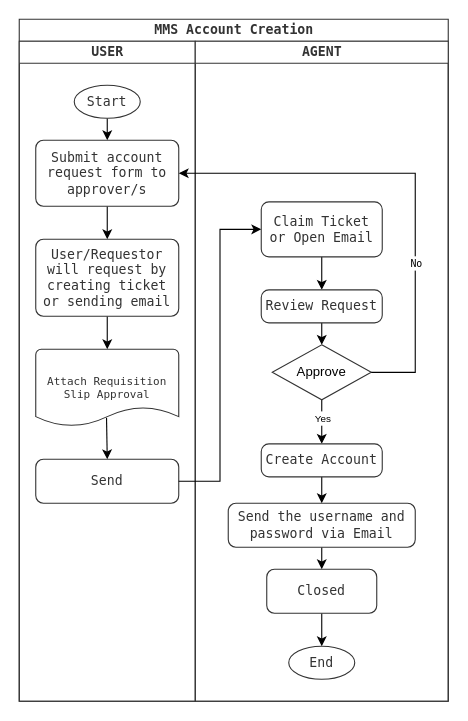
GmallSysdev/gmall.diagram keeps this draw.io diagram as page "MMS-account-creation" (1 of 3) of Untitled Diagram.drawio. Above is the earlier version. Source tidied: cells renumbered, new cells numbered last; positions are measured from the earlier drawing's top-left corner, leaving out a move shared by most shapes. Both pictures are drawn from the tidied source at 110%, with x=0, y=0 at pixel (19, 19).
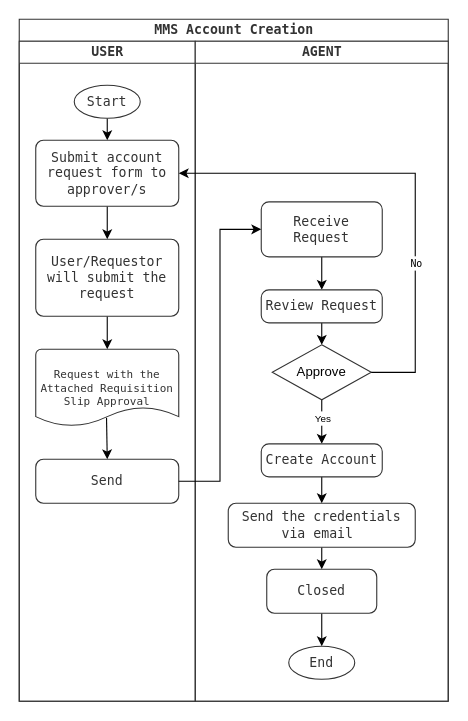
Above is the later version.

Commit message (it also covers changes not shown here):
MMS Account Requisition and Management Flowchart.drawio

Unchanged cells that the change refers to:
```xml
<mxCell id="3" value="USER" style="swimlane;startSize=20;html=1;strokeColor=#333333;fontColor=#333333;fontFamily=Lucida Console;" parent="2" vertex="1">
  <mxGeometry y="20" width="160" height="600" as="geometry" />
</mxCell>
<mxCell id="13" value="AGENT" style="swimlane;startSize=20;html=1;strokeColor=#333333;fontColor=#333333;fontFamily=Lucida Console;" parent="2" vertex="1">
  <mxGeometry x="160" y="20" width="230" height="600" as="geometry" />
</mxCell>
```

The edit, as a diff of the source:
```diff
@@
-    <mxCell id="9" value="User/Requestor will request by creating ticket or sending email" style="rounded=1;whiteSpace=wrap;html=1;absoluteArcSize=1;arcSize=14;strokeWidth=1;strokeColor=#333333;fontColor=#333333;fontFamily=Lucida Console;" parent="3" vertex="1">
+    <mxCell id="9" value="User/Requestor will submit the request" style="rounded=1;whiteSpace=wrap;html=1;absoluteArcSize=1;arcSize=14;strokeWidth=1;strokeColor=#333333;fontColor=#333333;fontFamily=Lucida Console;" parent="3" vertex="1">
       <mxGeometry x="15" y="180" width="130" height="70" as="geometry" />
     </mxCell>
@@
-    <mxCell id="11" value="Attach Requisition Slip Approval" style="strokeWidth=1;html=1;shape=mxgraph.flowchart.document2;whiteSpace=wrap;size=0.25;fontSize=10;fontFamily=Lucida Console;fontColor=#333333;strokeColor=#333333;" parent="3" vertex="1">
+    <mxCell id="11" value="Request with the Attached Requisition Slip Approval" style="strokeWidth=1;html=1;shape=mxgraph.flowchart.document2;whiteSpace=wrap;size=0.25;fontSize=10;fontFamily=Lucida Console;fontColor=#333333;strokeColor=#333333;" parent="3" vertex="1">
       <mxGeometry x="15" y="280" width="130" height="70" as="geometry" />
     </mxCell>
@@
-    <mxCell id="15" value="Claim Ticket or Open Email" style="rounded=1;whiteSpace=wrap;html=1;absoluteArcSize=1;arcSize=14;strokeWidth=1;strokeColor=#333333;fontColor=#333333;fontFamily=Lucida Console;" parent="13" vertex="1">
+    <mxCell id="15" value="Receive Request" style="rounded=1;whiteSpace=wrap;html=1;absoluteArcSize=1;arcSize=14;strokeWidth=1;strokeColor=#333333;fontColor=#333333;fontFamily=Lucida Console;" parent="13" vertex="1">
       <mxGeometry x="60" y="146" width="110" height="50" as="geometry" />
     </mxCell>
@@
-    <mxCell id="24" value="Send the username and password via Email" style="rounded=1;whiteSpace=wrap;html=1;absoluteArcSize=1;arcSize=14;strokeWidth=1;strokeColor=#333333;fontColor=#333333;fontFamily=Lucida Console;" parent="13" vertex="1">
+    <mxCell id="24" value="Send the credentials via email&amp;nbsp;" style="rounded=1;whiteSpace=wrap;html=1;absoluteArcSize=1;arcSize=14;strokeWidth=1;strokeColor=#333333;fontColor=#333333;fontFamily=Lucida Console;" parent="13" vertex="1">
       <mxGeometry x="30" y="420" width="170" height="40" as="geometry" />
     </mxCell>
```
